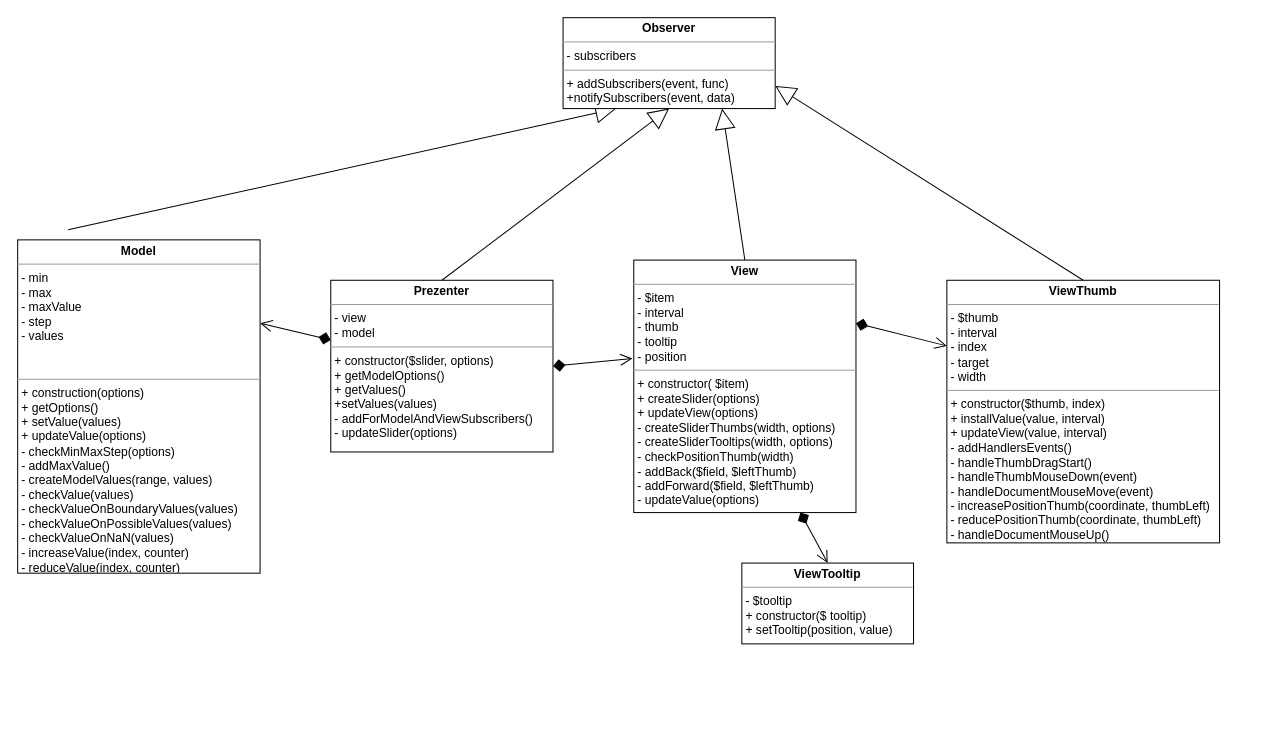
DaRkLoL1/slider keeps this draw.io diagram as diagram/Diagram.drawio. Above is the earlier version. Source tidied: cells renumbered, new cells numbered last; positions are measured from the earlier drawing's top-left corner, leaving out a move shared by most shapes. Both pictures are drawn from the tidied source at 101%, with x=0, y=0 at pixel (17, 17).
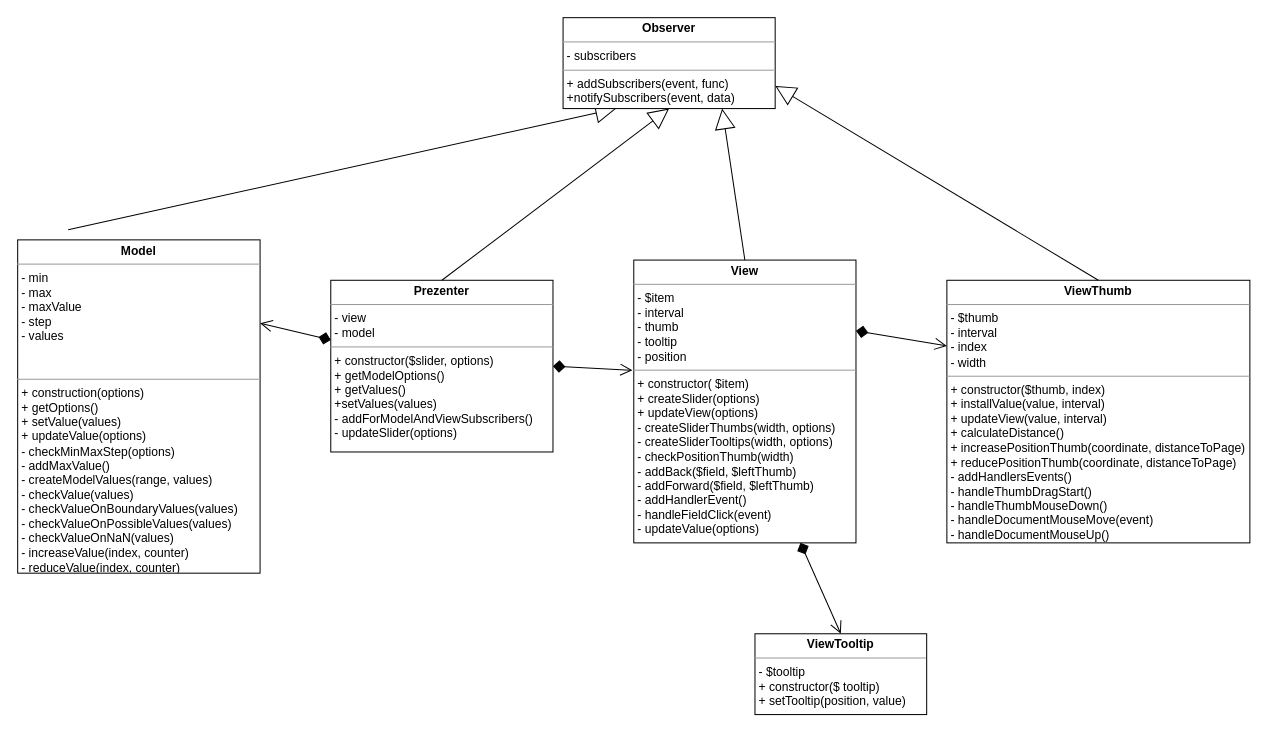
After the change.

Commit message (it also covers changes not shown here):
обновил диаграмму #16

The edit, as a diff of the source:
```diff
@@
 <mxGraphModel>
   <root>
     <mxCell id="0" />
     <mxCell id="1" parent="0" />
     <mxCell id="2" value="&lt;p style=&quot;margin: 0px ; margin-top: 4px ; text-align: center&quot;&gt;&lt;b&gt;Model&lt;/b&gt;&lt;/p&gt;&lt;hr size=&quot;1&quot;&gt;&lt;p style=&quot;margin: 0px ; margin-left: 4px&quot;&gt;- min&amp;nbsp;&lt;/p&gt;&lt;p style=&quot;margin: 0px ; margin-left: 4px&quot;&gt;- max&lt;/p&gt;&lt;p style=&quot;margin: 0px ; margin-left: 4px&quot;&gt;- maxValue&lt;br&gt;&lt;/p&gt;&lt;p style=&quot;margin: 0px ; margin-left: 4px&quot;&gt;- step&lt;/p&gt;&lt;p style=&quot;margin: 0px ; margin-left: 4px&quot;&gt;- values&lt;/p&gt;&lt;p style=&quot;margin: 0px ; margin-left: 4px&quot;&gt;&lt;br&gt;&lt;/p&gt;&lt;p style=&quot;margin: 0px ; margin-left: 4px&quot;&gt;&lt;br&gt;&lt;/p&gt;&lt;hr size=&quot;1&quot;&gt;&lt;p style=&quot;margin: 0px ; margin-left: 4px&quot;&gt;+ construction(options&lt;span&gt;)&lt;/span&gt;&lt;/p&gt;&lt;p style=&quot;margin: 0px ; margin-left: 4px&quot;&gt;+ getOptions()&lt;/p&gt;&lt;p style=&quot;margin: 0px ; margin-left: 4px&quot;&gt;+ setValue(values)&lt;/p&gt;&lt;p style=&quot;margin: 0px ; margin-left: 4px&quot;&gt;+ updateValue(options)&lt;/p&gt;&lt;p style=&quot;margin: 0px ; margin-left: 4px&quot;&gt;- checkMinMaxStep(options)&lt;/p&gt;&lt;p style=&quot;margin: 0px ; margin-left: 4px&quot;&gt;- addMaxValue()&lt;/p&gt;&lt;p style=&quot;margin: 0px ; margin-left: 4px&quot;&gt;- createModelValues(range, values)&lt;/p&gt;&lt;p style=&quot;margin: 0px ; margin-left: 4px&quot;&gt;- checkValue(values)&lt;/p&gt;&lt;p style=&quot;margin: 0px ; margin-left: 4px&quot;&gt;- checkValueOnBoundaryValues(values)&lt;/p&gt;&lt;p style=&quot;margin: 0px ; margin-left: 4px&quot;&gt;- checkValueOnPossibleValues(values)&lt;/p&gt;&lt;p style=&quot;margin: 0px ; margin-left: 4px&quot;&gt;- checkValueOnNaN(values)&lt;/p&gt;&lt;p style=&quot;margin: 0px ; margin-left: 4px&quot;&gt;- increaseValue(index, counter)&lt;/p&gt;&lt;p style=&quot;margin: 0px ; margin-left: 4px&quot;&gt;- reduceValue(index, counter)&amp;nbsp;&lt;/p&gt;&lt;p style=&quot;margin: 0px ; margin-left: 4px&quot;&gt;&lt;br&gt;&lt;/p&gt;" style="verticalAlign=top;align=left;overflow=fill;fontSize=12;fontFamily=Helvetica;html=1;" parent="1" vertex="1">
       <mxGeometry y="220" width="240" height="330" as="geometry" />
     </mxCell>
     <mxCell id="3" style="rounded=0;jettySize=auto;html=1;exitX=1;exitY=0.25;exitDx=0;exitDy=0;entryX=0;entryY=0.25;entryDx=0;entryDy=0;startArrow=diamond;startFill=1;startSize=10;endArrow=open;endFill=0;endSize=10;strokeColor=#000000;strokeWidth=1;" parent="1" edge="1" source="5" target="6">
       <mxGeometry relative="1" as="geometry" />
     </mxCell>
     <mxCell id="4" style="edgeStyle=none;rounded=0;jettySize=auto;html=1;exitX=0.75;exitY=1;exitDx=0;exitDy=0;entryX=0.5;entryY=0;entryDx=0;entryDy=0;startArrow=diamond;startFill=1;startSize=10;endArrow=open;endFill=0;endSize=10;strokeColor=#000000;strokeWidth=1;" parent="1" edge="1" source="5" target="7">
       <mxGeometry relative="1" as="geometry" />
     </mxCell>
-    <mxCell id="5" value="&lt;p style=&quot;margin: 0px ; margin-top: 4px ; text-align: center&quot;&gt;&lt;b&gt;View&lt;/b&gt;&lt;/p&gt;&lt;hr size=&quot;1&quot;&gt;&lt;p style=&quot;margin: 0px ; margin-left: 4px&quot;&gt;- $item&lt;/p&gt;&lt;p style=&quot;margin: 0px ; margin-left: 4px&quot;&gt;- interval&lt;/p&gt;&lt;p style=&quot;margin: 0px ; margin-left: 4px&quot;&gt;- thumb&lt;/p&gt;&lt;p style=&quot;margin: 0px ; margin-left: 4px&quot;&gt;- tooltip&lt;/p&gt;&lt;p style=&quot;margin: 0px ; margin-left: 4px&quot;&gt;- position&lt;/p&gt;&lt;hr size=&quot;1&quot;&gt;&lt;p style=&quot;margin: 0px ; margin-left: 4px&quot;&gt;+ constructor( $item)&lt;/p&gt;&lt;p style=&quot;margin: 0px ; margin-left: 4px&quot;&gt;+ createSlider(options)&lt;/p&gt;&lt;p style=&quot;margin: 0px ; margin-left: 4px&quot;&gt;+ updateView(options)&lt;/p&gt;&lt;p style=&quot;margin: 0px ; margin-left: 4px&quot;&gt;- createSliderThumbs(width, options)&lt;/p&gt;&lt;p style=&quot;margin: 0px ; margin-left: 4px&quot;&gt;- createSliderTooltips(width, options)&lt;/p&gt;&lt;p style=&quot;margin: 0px ; margin-left: 4px&quot;&gt;- checkPositionThumb(width)&lt;/p&gt;&lt;p style=&quot;margin: 0px ; margin-left: 4px&quot;&gt;- addBack($field, $leftThumb)&lt;/p&gt;&lt;p style=&quot;margin: 0px ; margin-left: 4px&quot;&gt;- addForward($field, $leftThumb)&lt;/p&gt;&lt;p style=&quot;margin: 0px ; margin-left: 4px&quot;&gt;- updateValue(options)&lt;/p&gt;&lt;p style=&quot;margin: 0px ; margin-left: 4px&quot;&gt;&lt;br&gt;&lt;/p&gt;&lt;p style=&quot;margin: 0px ; margin-left: 4px&quot;&gt;&lt;br&gt;&lt;/p&gt;&lt;p style=&quot;margin: 0px ; margin-left: 4px&quot;&gt;&lt;br&gt;&lt;/p&gt;" style="verticalAlign=top;align=left;overflow=fill;fontSize=12;fontFamily=Helvetica;html=1;" parent="1" vertex="1">
-      <mxGeometry x="610" y="240" width="220" height="250" as="geometry" />
+    <mxCell id="5" value="&lt;p style=&quot;margin: 0px ; margin-top: 4px ; text-align: center&quot;&gt;&lt;b&gt;View&lt;/b&gt;&lt;/p&gt;&lt;hr size=&quot;1&quot;&gt;&lt;p style=&quot;margin: 0px ; margin-left: 4px&quot;&gt;- $item&lt;/p&gt;&lt;p style=&quot;margin: 0px ; margin-left: 4px&quot;&gt;- interval&lt;/p&gt;&lt;p style=&quot;margin: 0px ; margin-left: 4px&quot;&gt;- thumb&lt;/p&gt;&lt;p style=&quot;margin: 0px ; margin-left: 4px&quot;&gt;- tooltip&lt;/p&gt;&lt;p style=&quot;margin: 0px ; margin-left: 4px&quot;&gt;- position&lt;/p&gt;&lt;hr size=&quot;1&quot;&gt;&lt;p style=&quot;margin: 0px ; margin-left: 4px&quot;&gt;+ constructor( $item)&lt;/p&gt;&lt;p style=&quot;margin: 0px ; margin-left: 4px&quot;&gt;+ createSlider(options)&lt;/p&gt;&lt;p style=&quot;margin: 0px ; margin-left: 4px&quot;&gt;+ updateView(options)&lt;/p&gt;&lt;p style=&quot;margin: 0px ; margin-left: 4px&quot;&gt;- createSliderThumbs(width, options)&lt;/p&gt;&lt;p style=&quot;margin: 0px ; margin-left: 4px&quot;&gt;- createSliderTooltips(width, options)&lt;/p&gt;&lt;p style=&quot;margin: 0px ; margin-left: 4px&quot;&gt;- checkPositionThumb(width)&lt;/p&gt;&lt;p style=&quot;margin: 0px ; margin-left: 4px&quot;&gt;- addBack($field, $leftThumb)&lt;/p&gt;&lt;p style=&quot;margin: 0px ; margin-left: 4px&quot;&gt;- addForward($field, $leftThumb)&lt;/p&gt;&lt;p style=&quot;margin: 0px ; margin-left: 4px&quot;&gt;- addHandlerEvent()&lt;/p&gt;&lt;p style=&quot;margin: 0px ; margin-left: 4px&quot;&gt;- handleFieldClick(event)&lt;/p&gt;&lt;p style=&quot;margin: 0px ; margin-left: 4px&quot;&gt;- updateValue(options)&lt;/p&gt;&lt;p style=&quot;margin: 0px ; margin-left: 4px&quot;&gt;&lt;br&gt;&lt;/p&gt;&lt;p style=&quot;margin: 0px ; margin-left: 4px&quot;&gt;&lt;br&gt;&lt;/p&gt;&lt;p style=&quot;margin: 0px ; margin-left: 4px&quot;&gt;&lt;br&gt;&lt;/p&gt;" style="verticalAlign=top;align=left;overflow=fill;fontSize=12;fontFamily=Helvetica;html=1;" parent="1" vertex="1">
+      <mxGeometry x="610" y="240" width="220" height="280" as="geometry" />
     </mxCell>
-    <mxCell id="6" value="&lt;p style=&quot;margin: 0px ; margin-top: 4px ; text-align: center&quot;&gt;&lt;b&gt;ViewThumb&lt;/b&gt;&lt;/p&gt;&lt;hr size=&quot;1&quot;&gt;&lt;p style=&quot;margin: 0px ; margin-left: 4px&quot;&gt;- $thumb&lt;/p&gt;&lt;p style=&quot;margin: 0px ; margin-left: 4px&quot;&gt;- interval&lt;/p&gt;&lt;p style=&quot;margin: 0px ; margin-left: 4px&quot;&gt;&lt;span&gt;- index&lt;/span&gt;&lt;/p&gt;&lt;p style=&quot;margin: 0px ; margin-left: 4px&quot;&gt;&lt;span&gt;- target&lt;/span&gt;&lt;/p&gt;&lt;p style=&quot;margin: 0px ; margin-left: 4px&quot;&gt;- width&lt;/p&gt;&lt;hr size=&quot;1&quot;&gt;&lt;p style=&quot;margin: 0px ; margin-left: 4px&quot;&gt;+ constructor($thumb, index&lt;span&gt;)&lt;/span&gt;&lt;/p&gt;&lt;p style=&quot;margin: 0px ; margin-left: 4px&quot;&gt;&lt;span&gt;+ installValue(&lt;/span&gt;&lt;span&gt;value,&amp;nbsp;&lt;/span&gt;&lt;span&gt;interval&lt;/span&gt;&lt;span&gt;)&lt;/span&gt;&lt;/p&gt;&lt;p style=&quot;margin: 0px ; margin-left: 4px&quot;&gt;&lt;span&gt;+ updateView(value, interval)&lt;/span&gt;&lt;/p&gt;&lt;p style=&quot;margin: 0px ; margin-left: 4px&quot;&gt;&lt;span&gt;- addHandlersEvents()&lt;/span&gt;&lt;/p&gt;&lt;p style=&quot;margin: 0px ; margin-left: 4px&quot;&gt;&lt;span&gt;- handleThumbDragStart()&lt;/span&gt;&lt;/p&gt;&lt;p style=&quot;margin: 0px ; margin-left: 4px&quot;&gt;&lt;span&gt;- handleThumbMouseDown(event)&lt;/span&gt;&lt;/p&gt;&lt;p style=&quot;margin: 0px ; margin-left: 4px&quot;&gt;&lt;span&gt;- handleDocumentMouseMove(event)&lt;/span&gt;&lt;/p&gt;&lt;p style=&quot;margin: 0px 0px 0px 4px&quot;&gt;- increasePositionThumb(&lt;span&gt;coordinate,&amp;nbsp;&lt;/span&gt;&lt;span&gt;thumbLeft&lt;/span&gt;&lt;span&gt;)&lt;/span&gt;&lt;/p&gt;&lt;p style=&quot;margin: 0px 0px 0px 4px&quot;&gt;- reducePositionThumb(&lt;span&gt;coordinate,&amp;nbsp;&lt;/span&gt;&lt;span&gt;thumbLeft)&lt;/span&gt;&lt;/p&gt;&lt;p style=&quot;margin: 0px 0px 0px 4px&quot;&gt;- handleDocumentMouseUp()&lt;/p&gt;&lt;p style=&quot;margin: 0px 0px 0px 4px&quot;&gt;&lt;br&gt;&lt;/p&gt;&lt;p style=&quot;margin: 0px 0px 0px 4px&quot;&gt;&lt;br&gt;&lt;/p&gt;&lt;p style=&quot;margin: 0px ; margin-left: 4px&quot;&gt;&lt;span&gt;&lt;br&gt;&lt;/span&gt;&lt;/p&gt;&lt;p style=&quot;margin: 0px ; margin-left: 4px&quot;&gt;&lt;span&gt;&lt;br&gt;&lt;/span&gt;&lt;/p&gt;&lt;p style=&quot;margin: 0px ; margin-left: 4px&quot;&gt;&lt;span&gt;&lt;br&gt;&lt;/span&gt;&lt;/p&gt;" style="verticalAlign=top;align=left;overflow=fill;fontSize=12;fontFamily=Helvetica;html=1;" parent="1" vertex="1">
-      <mxGeometry x="920" y="260" width="270" height="260" as="geometry" />
+    <mxCell id="6" value="&lt;p style=&quot;margin: 0px ; margin-top: 4px ; text-align: center&quot;&gt;&lt;b&gt;ViewThumb&lt;/b&gt;&lt;/p&gt;&lt;hr size=&quot;1&quot;&gt;&lt;p style=&quot;margin: 0px ; margin-left: 4px&quot;&gt;- $thumb&lt;/p&gt;&lt;p style=&quot;margin: 0px ; margin-left: 4px&quot;&gt;- interval&lt;/p&gt;&lt;p style=&quot;margin: 0px ; margin-left: 4px&quot;&gt;&lt;span&gt;- index&lt;/span&gt;&lt;/p&gt;&lt;p style=&quot;margin: 0px ; margin-left: 4px&quot;&gt;- width&lt;/p&gt;&lt;hr size=&quot;1&quot;&gt;&lt;p style=&quot;margin: 0px ; margin-left: 4px&quot;&gt;+ constructor($thumb, index&lt;span&gt;)&lt;/span&gt;&lt;/p&gt;&lt;p style=&quot;margin: 0px ; margin-left: 4px&quot;&gt;&lt;span&gt;+ installValue(&lt;/span&gt;&lt;span&gt;value,&amp;nbsp;&lt;/span&gt;&lt;span&gt;interval&lt;/span&gt;&lt;span&gt;)&lt;/span&gt;&lt;/p&gt;&lt;p style=&quot;margin: 0px ; margin-left: 4px&quot;&gt;&lt;span&gt;+ updateView(value, interval)&lt;/span&gt;&lt;/p&gt;&lt;p style=&quot;margin: 0px ; margin-left: 4px&quot;&gt;&lt;span&gt;+ calculateDistance()&lt;/span&gt;&lt;/p&gt;&lt;p style=&quot;margin: 0px 0px 0px 4px&quot;&gt;+ increasePositionThumb(coordinate,&amp;nbsp;distanceToPage)&lt;/p&gt;&lt;p style=&quot;margin: 0px 0px 0px 4px&quot;&gt;+ reducePositionThumb(coordinate,&amp;nbsp;distanceToPage)&lt;/p&gt;&lt;p style=&quot;margin: 0px ; margin-left: 4px&quot;&gt;&lt;span&gt;- addHandlersEvents()&lt;/span&gt;&lt;/p&gt;&lt;p style=&quot;margin: 0px ; margin-left: 4px&quot;&gt;&lt;span&gt;- handleThumbDragStart()&lt;/span&gt;&lt;/p&gt;&lt;p style=&quot;margin: 0px ; margin-left: 4px&quot;&gt;&lt;span&gt;- handleThumbMouseDown()&lt;/span&gt;&lt;/p&gt;&lt;p style=&quot;margin: 0px ; margin-left: 4px&quot;&gt;&lt;span&gt;- handleDocumentMouseMove(event)&lt;/span&gt;&lt;/p&gt;&lt;p style=&quot;margin: 0px 0px 0px 4px&quot;&gt;- handleDocumentMouseUp()&lt;/p&gt;&lt;p style=&quot;margin: 0px 0px 0px 4px&quot;&gt;&lt;br&gt;&lt;/p&gt;&lt;p style=&quot;margin: 0px 0px 0px 4px&quot;&gt;&lt;br&gt;&lt;/p&gt;&lt;p style=&quot;margin: 0px ; margin-left: 4px&quot;&gt;&lt;span&gt;&lt;br&gt;&lt;/span&gt;&lt;/p&gt;&lt;p style=&quot;margin: 0px ; margin-left: 4px&quot;&gt;&lt;span&gt;&lt;br&gt;&lt;/span&gt;&lt;/p&gt;&lt;p style=&quot;margin: 0px ; margin-left: 4px&quot;&gt;&lt;span&gt;&lt;br&gt;&lt;/span&gt;&lt;/p&gt;" style="verticalAlign=top;align=left;overflow=fill;fontSize=12;fontFamily=Helvetica;html=1;" parent="1" vertex="1">
+      <mxGeometry x="920" y="260" width="300" height="260" as="geometry" />
     </mxCell>
     <mxCell id="7" value="&lt;p style=&quot;margin: 0px ; margin-top: 4px ; text-align: center&quot;&gt;&lt;b&gt;ViewTooltip&lt;/b&gt;&lt;/p&gt;&lt;hr size=&quot;1&quot;&gt;&lt;p style=&quot;margin: 0px ; margin-left: 4px&quot;&gt;- $tooltip&lt;/p&gt;&lt;p style=&quot;margin: 0px ; margin-left: 4px&quot;&gt;+ constructor($ tooltip)&lt;/p&gt;&lt;p style=&quot;margin: 0px ; margin-left: 4px&quot;&gt;+ setTooltip(position, value)&lt;/p&gt;" style="verticalAlign=top;align=left;overflow=fill;fontSize=12;fontFamily=Helvetica;html=1;" parent="1" vertex="1">
-      <mxGeometry x="717" y="540" width="170" height="80" as="geometry" />
+      <mxGeometry x="730" y="610" width="170" height="80" as="geometry" />
     </mxCell>
     <mxCell id="8" style="rounded=0;jettySize=auto;html=1;entryX=0.25;entryY=1;entryDx=0;entryDy=0;startArrow=none;startFill=0;endArrow=block;endFill=0;strokeColor=#000000;strokeWidth=1;endSize=18;" parent="1" edge="1" target="12">
       <mxGeometry relative="1" as="geometry">
         <mxPoint x="50" y="210" as="sourcePoint" />
       </mxGeometry>
     </mxCell>
     <mxCell id="9" style="edgeStyle=none;rounded=0;jettySize=auto;html=1;startArrow=diamond;startFill=1;startSize=10;endArrow=open;endFill=0;endSize=10;strokeColor=#000000;strokeWidth=1;entryX=1;entryY=0.25;entryDx=0;entryDy=0;" parent="1" edge="1" source="11" target="2">
       <mxGeometry relative="1" as="geometry" />
     </mxCell>
     <mxCell id="10" style="edgeStyle=none;rounded=0;jettySize=auto;html=1;exitX=1;exitY=0.5;exitDx=0;exitDy=0;entryX=-0.006;entryY=0.39;entryDx=0;entryDy=0;entryPerimeter=0;startArrow=diamond;startFill=1;startSize=10;endArrow=open;endFill=0;endSize=10;strokeColor=#000000;strokeWidth=1;" parent="1" edge="1" source="11" target="5">
       <mxGeometry relative="1" as="geometry" />
     </mxCell>
     <mxCell id="11" value="&lt;p style=&quot;margin: 0px ; margin-top: 4px ; text-align: center&quot;&gt;&lt;b&gt;Prezenter&lt;/b&gt;&lt;/p&gt;&lt;hr size=&quot;1&quot;&gt;&lt;p style=&quot;margin: 0px ; margin-left: 4px&quot;&gt;&lt;span&gt;- view&lt;/span&gt;&lt;br&gt;&lt;/p&gt;&lt;p style=&quot;margin: 0px ; margin-left: 4px&quot;&gt;&lt;span&gt;- model&lt;/span&gt;&lt;/p&gt;&lt;hr size=&quot;1&quot;&gt;&lt;p style=&quot;margin: 0px ; margin-left: 4px&quot;&gt;+ constructor($slider, options)&lt;/p&gt;&lt;p style=&quot;margin: 0px ; margin-left: 4px&quot;&gt;+ getModelOptions()&lt;/p&gt;&lt;p style=&quot;margin: 0px ; margin-left: 4px&quot;&gt;+ getValues()&lt;/p&gt;&lt;p style=&quot;margin: 0px ; margin-left: 4px&quot;&gt;+setValues(values)&lt;/p&gt;&lt;p style=&quot;margin: 0px ; margin-left: 4px&quot;&gt;- addForModelAndViewSubscribers()&lt;/p&gt;&lt;p style=&quot;margin: 0px ; margin-left: 4px&quot;&gt;- updateSlider(options)&lt;/p&gt;&lt;p style=&quot;margin: 0px ; margin-left: 4px&quot;&gt;&lt;br&gt;&lt;/p&gt;" style="verticalAlign=top;align=left;overflow=fill;fontSize=12;fontFamily=Helvetica;html=1;" parent="1" vertex="1">
       <mxGeometry x="310" y="260" width="220" height="170" as="geometry" />
     </mxCell>
     <mxCell id="12" value="&lt;p style=&quot;margin: 0px ; margin-top: 4px ; text-align: center&quot;&gt;&lt;span style=&quot;font-weight: 700&quot;&gt;Observer&lt;/span&gt;&lt;br&gt;&lt;/p&gt;&lt;hr size=&quot;1&quot;&gt;&lt;p style=&quot;margin: 0px ; margin-left: 4px&quot;&gt;- subscribers&lt;br&gt;&lt;/p&gt;&lt;hr size=&quot;1&quot;&gt;&lt;p style=&quot;margin: 0px ; margin-left: 4px&quot;&gt;+ addSubscribers(event, func)&lt;br style=&quot;padding: 0px ; margin: 0px&quot;&gt;+notifySubscribers(event, data)&lt;/p&gt;&lt;div style=&quot;padding: 0px ; margin: 0px&quot;&gt;&lt;br style=&quot;padding: 0px ; margin: 0px&quot;&gt;&lt;/div&gt;" style="verticalAlign=top;align=left;overflow=fill;fontSize=12;fontFamily=Helvetica;html=1;" parent="1" vertex="1">
       <mxGeometry x="540" width="210" height="90" as="geometry" />
     </mxCell>
     <mxCell id="13" style="rounded=0;jettySize=auto;html=1;exitX=0.5;exitY=0;exitDx=0;exitDy=0;entryX=0.5;entryY=1;entryDx=0;entryDy=0;startArrow=none;startFill=0;endArrow=block;endFill=0;strokeColor=#000000;strokeWidth=1;endSize=18;" parent="1" edge="1" source="11" target="12">
       <mxGeometry relative="1" as="geometry" />
     </mxCell>
     <mxCell id="14" style="rounded=0;jettySize=auto;html=1;exitX=0.5;exitY=0;exitDx=0;exitDy=0;startArrow=none;startFill=0;endArrow=block;endFill=0;strokeColor=#000000;strokeWidth=1;endSize=18;entryX=0.75;entryY=1;entryDx=0;entryDy=0;" parent="1" edge="1" source="5" target="12">
       <mxGeometry relative="1" as="geometry" />
     </mxCell>
     <mxCell id="15" style="rounded=0;jettySize=auto;html=1;startArrow=none;startFill=0;endArrow=block;endFill=0;strokeColor=#000000;strokeWidth=1;endSize=18;exitX=0.5;exitY=0;exitDx=0;exitDy=0;entryX=1;entryY=0.75;entryDx=0;entryDy=0;" parent="1" edge="1" source="6" target="12">
       <mxGeometry relative="1" as="geometry" />
     </mxCell>
   </root>
 </mxGraphModel>
```
